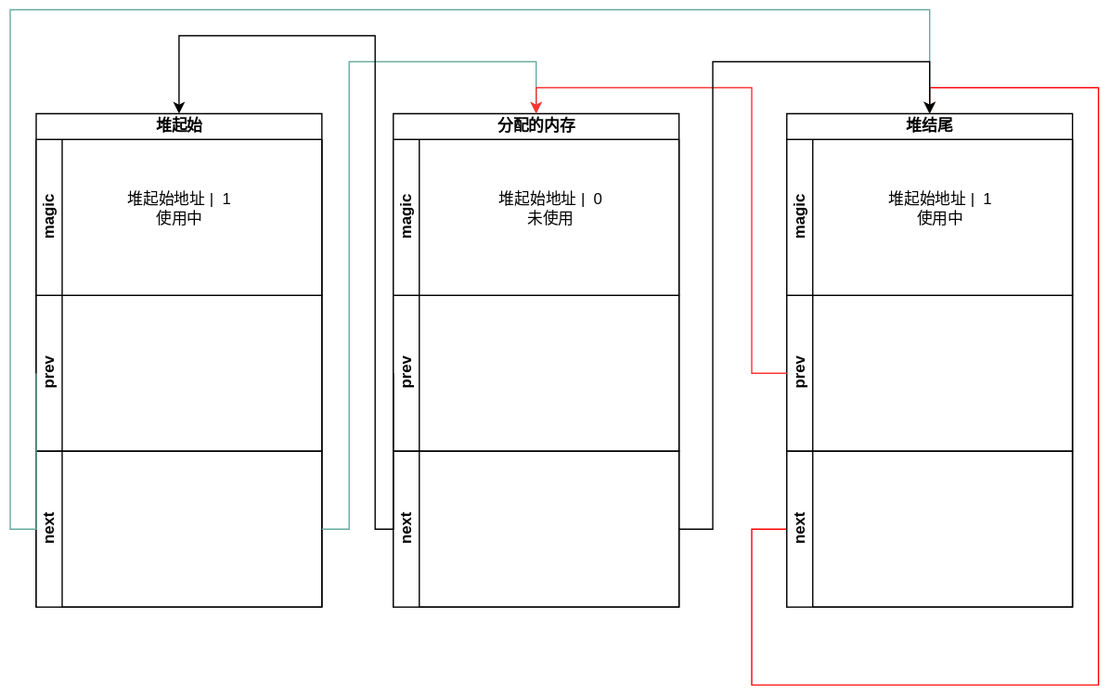
Earlier version of the draw.io export readme.assets/08smem_work.svg (wdfk-prog/RT-Thread-). Source tidied: cells renumbered, new cells last; positions are measured from the earlier drawing's top-left corner, leaving out a move shared by most shapes. The source it was exported from:
```xml
<mxGraphModel>
  <root>
    <mxCell id="0" />
    <mxCell id="1" parent="0" />
    <mxCell id="2" value="堆起始" style="swimlane;horizontal=1;startSize=20;html=1;" parent="1" vertex="1">
      <mxGeometry x="20" y="80" width="220" height="380" as="geometry" />
    </mxCell>
    <mxCell id="3" value="magic" style="swimlane;startSize=20;horizontal=0;html=1;" parent="2" vertex="1">
      <mxGeometry y="20" width="220" height="120" as="geometry" />
    </mxCell>
    <mxCell id="4" value="堆起始地址 |&amp;nbsp; 1&lt;br&gt;使用中" style="text;html=1;align=center;verticalAlign=middle;strokeColor=none;fillColor=none;" parent="3" vertex="1">
      <mxGeometry x="60" y="33" width="100" height="40" as="geometry" />
    </mxCell>
    <mxCell id="5" value="prev" style="swimlane;startSize=20;horizontal=0;html=1;" parent="2" vertex="1">
      <mxGeometry y="140" width="220" height="120" as="geometry" />
    </mxCell>
    <mxCell id="6" value="next" style="swimlane;startSize=20;horizontal=0;html=1;" parent="2" vertex="1">
      <mxGeometry y="260" width="220" height="120" as="geometry" />
    </mxCell>
    <mxCell id="7" value="分配的内存" style="swimlane;horizontal=1;startSize=20;html=1;" parent="1" vertex="1">
      <mxGeometry x="295" y="80" width="220" height="380" as="geometry" />
    </mxCell>
    <mxCell id="8" value="magic" style="swimlane;startSize=20;horizontal=0;html=1;" parent="7" vertex="1">
      <mxGeometry y="20" width="220" height="120" as="geometry" />
    </mxCell>
    <mxCell id="9" value="堆起始地址 |&amp;nbsp; 0&lt;br&gt;未使用" style="text;html=1;align=center;verticalAlign=middle;strokeColor=none;fillColor=none;" parent="8" vertex="1">
      <mxGeometry x="71" y="33" width="100" height="40" as="geometry" />
    </mxCell>
    <mxCell id="10" value="prev" style="swimlane;startSize=20;horizontal=0;html=1;" parent="7" vertex="1">
      <mxGeometry y="140" width="220" height="120" as="geometry" />
    </mxCell>
    <mxCell id="11" value="next" style="swimlane;startSize=20;horizontal=0;html=1;" parent="7" vertex="1">
      <mxGeometry y="260" width="220" height="120" as="geometry" />
    </mxCell>
    <mxCell id="12" value="堆结尾" style="swimlane;horizontal=1;startSize=20;html=1;" parent="1" vertex="1">
      <mxGeometry x="598" y="80" width="220" height="380" as="geometry" />
    </mxCell>
    <mxCell id="13" value="magic" style="swimlane;startSize=20;horizontal=0;html=1;" parent="12" vertex="1">
      <mxGeometry y="20" width="220" height="120" as="geometry" />
    </mxCell>
    <mxCell id="14" value="堆起始地址 |&amp;nbsp; 1&lt;br&gt;使用中" style="text;html=1;align=center;verticalAlign=middle;strokeColor=none;fillColor=none;" parent="13" vertex="1">
      <mxGeometry x="68" y="33" width="100" height="40" as="geometry" />
    </mxCell>
    <mxCell id="15" value="prev" style="swimlane;startSize=20;horizontal=0;html=1;" parent="12" vertex="1">
      <mxGeometry y="140" width="220" height="120" as="geometry" />
    </mxCell>
    <mxCell id="16" style="edgeStyle=orthogonalEdgeStyle;rounded=0;jettySize=auto;html=1;exitX=0;exitY=0.5;exitDx=0;exitDy=0;entryX=0.5;entryY=0;entryDx=0;entryDy=0;strokeColor=#FF0000;" parent="12" edge="1" source="17" target="12">
      <mxGeometry relative="1" as="geometry">
        <Array as="points">
          <mxPoint x="-27" y="320" />
          <mxPoint x="-27" y="440" />
          <mxPoint x="240" y="440" />
          <mxPoint x="240" y="-20" />
          <mxPoint x="110" y="-20" />
        </Array>
      </mxGeometry>
    </mxCell>
    <mxCell id="17" value="next" style="swimlane;startSize=20;horizontal=0;html=1;" parent="12" vertex="1">
      <mxGeometry y="260" width="220" height="120" as="geometry" />
    </mxCell>
    <mxCell id="18" style="edgeStyle=orthogonalEdgeStyle;rounded=0;jettySize=auto;html=1;exitX=0;exitY=0.5;exitDx=0;exitDy=0;entryX=0.5;entryY=0;entryDx=0;entryDy=0;strokeColor=#67AB9F;" parent="1" edge="1" source="5" target="12">
      <mxGeometry relative="1" as="geometry">
        <Array as="points">
          <mxPoint y="400" />
          <mxPoint />
          <mxPoint x="708" />
        </Array>
      </mxGeometry>
    </mxCell>
    <mxCell id="19" style="edgeStyle=orthogonalEdgeStyle;rounded=0;jettySize=auto;html=1;exitX=1;exitY=0.5;exitDx=0;exitDy=0;entryX=0.5;entryY=0;entryDx=0;entryDy=0;strokeColor=#67AB9F;" parent="1" edge="1" source="6" target="7">
      <mxGeometry relative="1" as="geometry">
        <Array as="points">
          <mxPoint x="261" y="400" />
          <mxPoint x="261" y="40" />
          <mxPoint x="405" y="40" />
        </Array>
      </mxGeometry>
    </mxCell>
    <mxCell id="20" style="edgeStyle=orthogonalEdgeStyle;rounded=0;jettySize=auto;html=1;exitX=0;exitY=0.5;exitDx=0;exitDy=0;entryX=0.5;entryY=0;entryDx=0;entryDy=0;strokeColor=#FF3333;" parent="1" edge="1" source="15" target="7">
      <mxGeometry relative="1" as="geometry">
        <Array as="points">
          <mxPoint x="571" y="280" />
          <mxPoint x="571" y="60" />
          <mxPoint x="405" y="60" />
        </Array>
      </mxGeometry>
    </mxCell>
    <mxCell id="21" style="edgeStyle=orthogonalEdgeStyle;rounded=0;jettySize=auto;html=1;exitX=0;exitY=0.5;exitDx=0;exitDy=0;entryX=0.5;entryY=0;entryDx=0;entryDy=0;" parent="1" edge="1" source="10" target="2">
      <mxGeometry relative="1" as="geometry">
        <Array as="points">
          <mxPoint x="281" y="400" />
          <mxPoint x="281" y="20" />
          <mxPoint x="130" y="20" />
        </Array>
      </mxGeometry>
    </mxCell>
    <mxCell id="22" style="edgeStyle=orthogonalEdgeStyle;rounded=0;jettySize=auto;html=1;exitX=1;exitY=0.5;exitDx=0;exitDy=0;entryX=0.5;entryY=0;entryDx=0;entryDy=0;" parent="1" edge="1" source="11" target="12">
      <mxGeometry relative="1" as="geometry">
        <Array as="points">
          <mxPoint x="541" y="400" />
          <mxPoint x="541" y="40" />
          <mxPoint x="708" y="40" />
        </Array>
      </mxGeometry>
    </mxCell>
  </root>
</mxGraphModel>
```
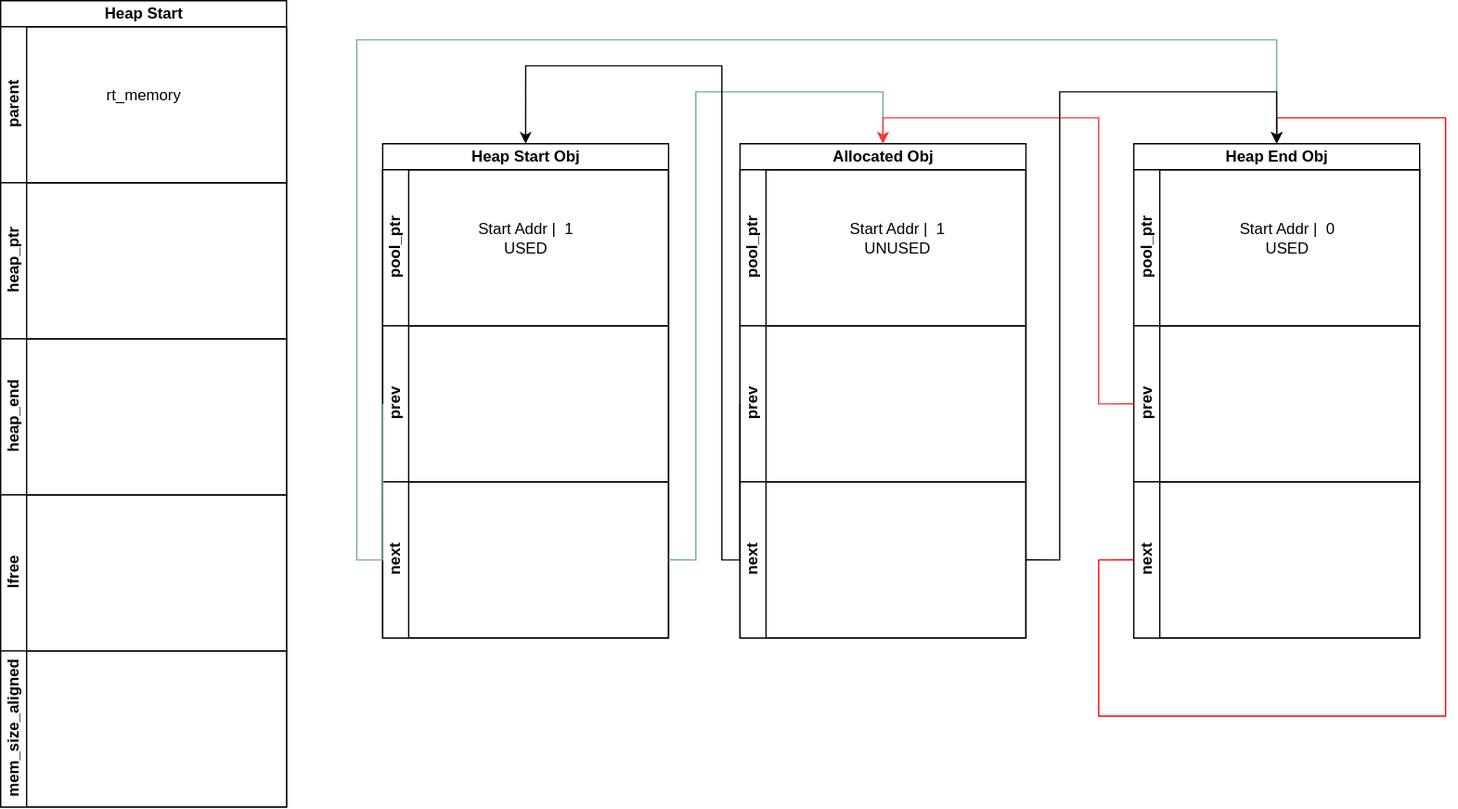
Later version of the same file.

What changed in the source:
```diff
@@ -2,13 +2,13 @@
   <root>
     <mxCell id="0" />
     <mxCell id="1" parent="0" />
-    <mxCell id="2" value="堆起始" style="swimlane;horizontal=1;startSize=20;html=1;" parent="1" vertex="1">
+    <mxCell id="2" value="Heap Start Obj" style="swimlane;horizontal=1;startSize=20;html=1;" parent="1" vertex="1">
       <mxGeometry x="20" y="80" width="220" height="380" as="geometry" />
     </mxCell>
-    <mxCell id="3" value="magic" style="swimlane;startSize=20;horizontal=0;html=1;" parent="2" vertex="1">
+    <mxCell id="3" value="pool_ptr" style="swimlane;startSize=20;horizontal=0;html=1;" parent="2" vertex="1">
       <mxGeometry y="20" width="220" height="120" as="geometry" />
     </mxCell>
-    <mxCell id="4" value="堆起始地址 |&amp;nbsp; 1&lt;br&gt;使用中" style="text;html=1;align=center;verticalAlign=middle;strokeColor=none;fillColor=none;" parent="3" vertex="1">
+    <mxCell id="4" value="Start Addr |&amp;nbsp; 1&lt;br&gt;USED" style="text;html=1;align=center;verticalAlign=middle;strokeColor=none;fillColor=none;" parent="3" vertex="1">
       <mxGeometry x="60" y="33" width="100" height="40" as="geometry" />
     </mxCell>
     <mxCell id="5" value="prev" style="swimlane;startSize=20;horizontal=0;html=1;" parent="2" vertex="1">
@@ -17,13 +17,13 @@
     <mxCell id="6" value="next" style="swimlane;startSize=20;horizontal=0;html=1;" parent="2" vertex="1">
       <mxGeometry y="260" width="220" height="120" as="geometry" />
     </mxCell>
-    <mxCell id="7" value="分配的内存" style="swimlane;horizontal=1;startSize=20;html=1;" parent="1" vertex="1">
+    <mxCell id="7" value="Allocated Obj" style="swimlane;horizontal=1;startSize=20;html=1;" parent="1" vertex="1">
       <mxGeometry x="295" y="80" width="220" height="380" as="geometry" />
     </mxCell>
-    <mxCell id="8" value="magic" style="swimlane;startSize=20;horizontal=0;html=1;" parent="7" vertex="1">
+    <mxCell id="8" value="pool_ptr" style="swimlane;startSize=20;horizontal=0;html=1;" parent="7" vertex="1">
       <mxGeometry y="20" width="220" height="120" as="geometry" />
     </mxCell>
-    <mxCell id="9" value="堆起始地址 |&amp;nbsp; 0&lt;br&gt;未使用" style="text;html=1;align=center;verticalAlign=middle;strokeColor=none;fillColor=none;" parent="8" vertex="1">
+    <mxCell id="9" value="Start Addr |&amp;nbsp; 1&lt;br&gt;UNUSED" style="text;html=1;align=center;verticalAlign=middle;strokeColor=none;fillColor=none;" parent="8" vertex="1">
       <mxGeometry x="71" y="33" width="100" height="40" as="geometry" />
     </mxCell>
     <mxCell id="10" value="prev" style="swimlane;startSize=20;horizontal=0;html=1;" parent="7" vertex="1">
@@ -32,13 +32,13 @@
     <mxCell id="11" value="next" style="swimlane;startSize=20;horizontal=0;html=1;" parent="7" vertex="1">
       <mxGeometry y="260" width="220" height="120" as="geometry" />
     </mxCell>
-    <mxCell id="12" value="堆结尾" style="swimlane;horizontal=1;startSize=20;html=1;" parent="1" vertex="1">
+    <mxCell id="12" value="Heap End Obj" style="swimlane;horizontal=1;startSize=20;html=1;" parent="1" vertex="1">
       <mxGeometry x="598" y="80" width="220" height="380" as="geometry" />
     </mxCell>
-    <mxCell id="13" value="magic" style="swimlane;startSize=20;horizontal=0;html=1;" parent="12" vertex="1">
+    <mxCell id="13" value="pool_ptr" style="swimlane;startSize=20;horizontal=0;html=1;" parent="12" vertex="1">
       <mxGeometry y="20" width="220" height="120" as="geometry" />
     </mxCell>
-    <mxCell id="14" value="堆起始地址 |&amp;nbsp; 1&lt;br&gt;使用中" style="text;html=1;align=center;verticalAlign=middle;strokeColor=none;fillColor=none;" parent="13" vertex="1">
+    <mxCell id="14" value="Start Addr |&amp;nbsp; 0&lt;br&gt;USED" style="text;html=1;align=center;verticalAlign=middle;strokeColor=none;fillColor=none;" parent="13" vertex="1">
       <mxGeometry x="68" y="33" width="100" height="40" as="geometry" />
     </mxCell>
     <mxCell id="15" value="prev" style="swimlane;startSize=20;horizontal=0;html=1;" parent="12" vertex="1">
@@ -103,5 +103,26 @@
         </Array>
       </mxGeometry>
     </mxCell>
+    <mxCell id="23" value="Heap Start" style="swimlane;horizontal=1;startSize=20;html=1;" parent="1" vertex="1">
+      <mxGeometry x="-274" y="-30" width="220" height="620" as="geometry" />
+    </mxCell>
+    <mxCell id="24" value="parent" style="swimlane;startSize=20;horizontal=0;html=1;" parent="23" vertex="1">
+      <mxGeometry y="20" width="220" height="120" as="geometry" />
+    </mxCell>
+    <mxCell id="25" value="rt_memory" style="text;html=1;align=center;verticalAlign=middle;strokeColor=none;fillColor=none;" parent="24" vertex="1">
+      <mxGeometry x="70" y="38" width="80" height="30" as="geometry" />
+    </mxCell>
+    <mxCell id="26" value="heap_ptr" style="swimlane;startSize=20;horizontal=0;html=1;" parent="23" vertex="1">
+      <mxGeometry y="140" width="220" height="120" as="geometry" />
+    </mxCell>
+    <mxCell id="27" value="heap_end" style="swimlane;startSize=20;horizontal=0;html=1;" parent="23" vertex="1">
+      <mxGeometry y="260" width="220" height="120" as="geometry" />
+    </mxCell>
+    <mxCell id="28" value="lfree" style="swimlane;startSize=20;horizontal=0;html=1;" parent="23" vertex="1">
+      <mxGeometry y="380" width="220" height="120" as="geometry" />
+    </mxCell>
+    <mxCell id="29" value="mem_size_aligned" style="swimlane;startSize=20;horizontal=0;html=1;" parent="23" vertex="1">
+      <mxGeometry y="500" width="220" height="120" as="geometry" />
+    </mxCell>
   </root>
 </mxGraphModel>
```
